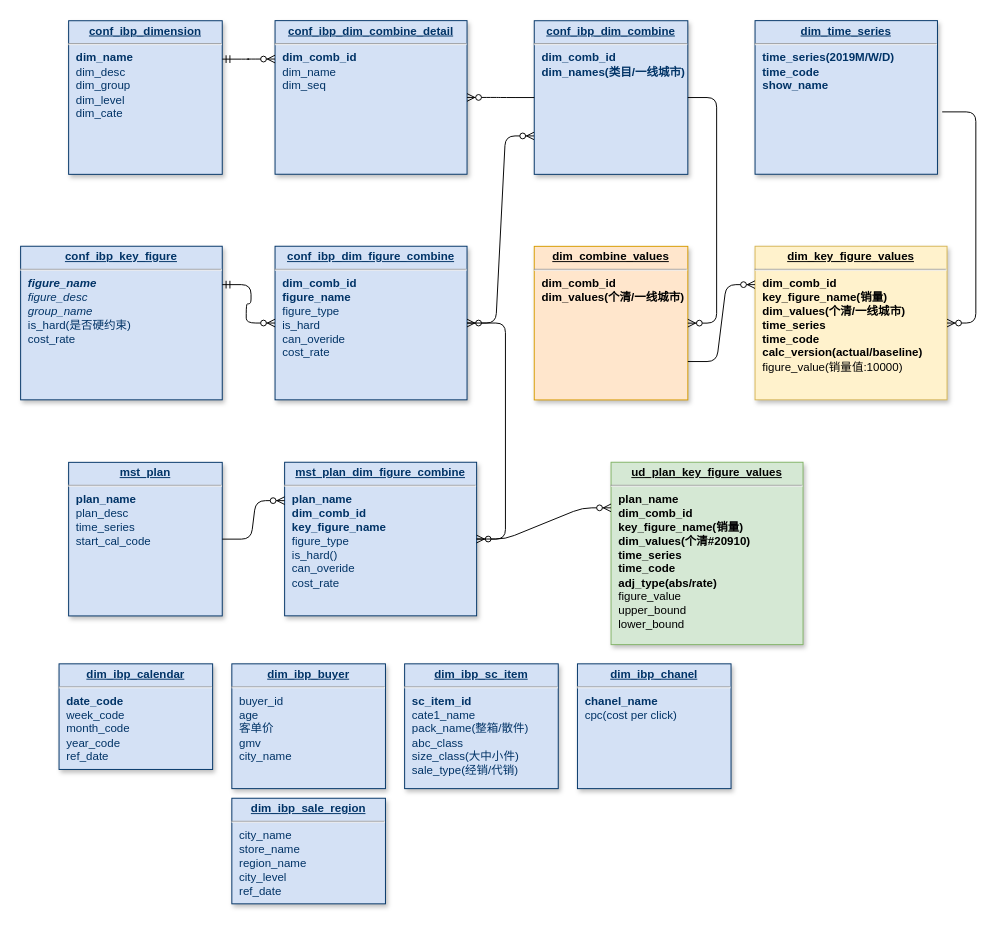
Before: page "数据准备" (1 of 2) of Untitled Diagram.drawio in daminli/charts, a draw.io diagram. Source tidied: cells renumbered, new cells numbered last; positions are measured from the earlier drawing's top-left corner, leaving out a move shared by most shapes. Both pictures are drawn from the tidied source at 96%, with x=0, y=0 at pixel (20, 20).
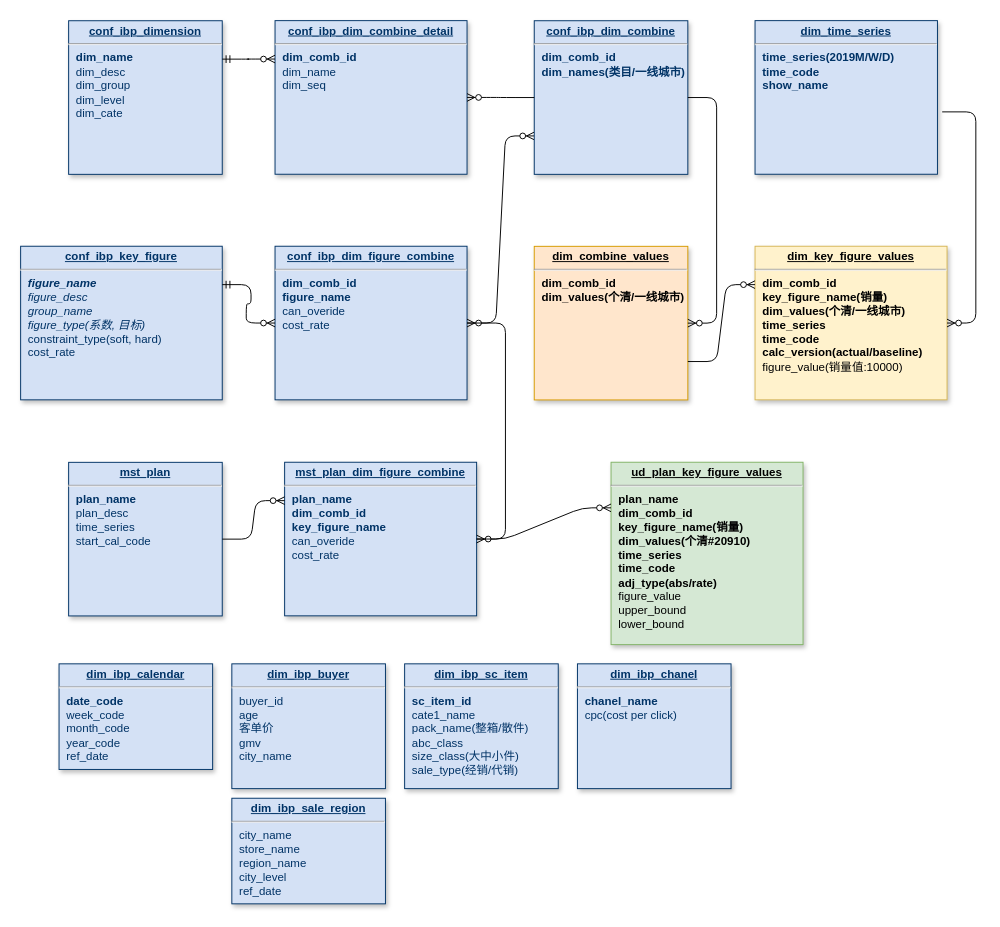
After the change.

What changed in the source:
```diff
@@
-    <mxCell id="6" value="&lt;p style=&quot;margin: 0px ; margin-top: 4px ; text-align: center ; text-decoration: underline&quot;&gt;&lt;b&gt;conf_ibp_key_figure&lt;/b&gt;&lt;/p&gt;&lt;hr&gt;&lt;p style=&quot;margin: 0px ; margin-left: 8px&quot;&gt;&lt;i&gt;&lt;b&gt;figure_name&lt;/b&gt;&lt;/i&gt;&lt;br&gt;&lt;/p&gt;&lt;p style=&quot;margin: 0px ; margin-left: 8px&quot;&gt;&lt;i&gt;figure_desc&lt;/i&gt;&lt;/p&gt;&lt;p style=&quot;margin: 0px ; margin-left: 8px&quot;&gt;&lt;i&gt;group_name&lt;/i&gt;&lt;/p&gt;&lt;p style=&quot;margin: 0px ; margin-left: 8px&quot;&gt;is_hard(是否硬约束)&lt;/p&gt;&lt;p style=&quot;margin: 0px ; margin-left: 8px&quot;&gt;cost_rate&lt;/p&gt;" style="verticalAlign=top;align=left;overflow=fill;fontSize=12;fontFamily=Helvetica;html=1;strokeColor=#003366;shadow=1;fillColor=#D4E1F5;fontColor=#003366;" parent="1" vertex="1">
+    <mxCell id="6" value="&lt;p style=&quot;margin: 0px ; margin-top: 4px ; text-align: center ; text-decoration: underline&quot;&gt;&lt;b&gt;conf_ibp_key_figure&lt;/b&gt;&lt;/p&gt;&lt;hr&gt;&lt;p style=&quot;margin: 0px ; margin-left: 8px&quot;&gt;&lt;i&gt;&lt;b&gt;figure_name&lt;/b&gt;&lt;/i&gt;&lt;br&gt;&lt;/p&gt;&lt;p style=&quot;margin: 0px ; margin-left: 8px&quot;&gt;&lt;i&gt;figure_desc&lt;/i&gt;&lt;/p&gt;&lt;p style=&quot;margin: 0px ; margin-left: 8px&quot;&gt;&lt;i&gt;group_name&lt;/i&gt;&lt;/p&gt;&lt;p style=&quot;margin: 0px ; margin-left: 8px&quot;&gt;&lt;i&gt;figure_type(系数, 目标)&lt;/i&gt;&lt;/p&gt;&lt;p style=&quot;margin: 0px ; margin-left: 8px&quot;&gt;constraint_type(soft, hard)&lt;/p&gt;&lt;p style=&quot;margin: 0px ; margin-left: 8px&quot;&gt;cost_rate&lt;/p&gt;" style="verticalAlign=top;align=left;overflow=fill;fontSize=12;fontFamily=Helvetica;html=1;strokeColor=#003366;shadow=1;fillColor=#D4E1F5;fontColor=#003366;" parent="1" vertex="1">
       <mxGeometry y="235" width="210" height="160" as="geometry" />
     </mxCell>
@@
-    <mxCell id="9" value="&lt;p style=&quot;margin: 0px ; margin-top: 4px ; text-align: center ; text-decoration: underline&quot;&gt;&lt;b&gt;conf_ibp_dim_figure_combine&lt;/b&gt;&lt;/p&gt;&lt;hr&gt;&lt;p style=&quot;margin: 0px ; margin-left: 8px&quot;&gt;&lt;span&gt;&lt;b&gt;dim_comb_id&lt;/b&gt;&lt;/span&gt;&lt;br&gt;&lt;/p&gt;&lt;p style=&quot;margin: 0px ; margin-left: 8px&quot;&gt;&lt;b&gt;figure_name&lt;/b&gt;&lt;br&gt;&lt;/p&gt;&lt;p style=&quot;margin: 0px ; margin-left: 8px&quot;&gt;figure_type&lt;/p&gt;&lt;p style=&quot;margin: 0px ; margin-left: 8px&quot;&gt;is_hard&lt;/p&gt;&lt;p style=&quot;margin: 0px ; margin-left: 8px&quot;&gt;can_overide&lt;/p&gt;&lt;p style=&quot;margin: 0px ; margin-left: 8px&quot;&gt;cost_rate&lt;/p&gt;" style="verticalAlign=top;align=left;overflow=fill;fontSize=12;fontFamily=Helvetica;html=1;strokeColor=#003366;shadow=1;fillColor=#D4E1F5;fontColor=#003366;" parent="1" vertex="1">
+    <mxCell id="9" value="&lt;p style=&quot;margin: 0px ; margin-top: 4px ; text-align: center ; text-decoration: underline&quot;&gt;&lt;b&gt;conf_ibp_dim_figure_combine&lt;/b&gt;&lt;/p&gt;&lt;hr&gt;&lt;p style=&quot;margin: 0px ; margin-left: 8px&quot;&gt;&lt;span&gt;&lt;b&gt;dim_comb_id&lt;/b&gt;&lt;/span&gt;&lt;br&gt;&lt;/p&gt;&lt;p style=&quot;margin: 0px ; margin-left: 8px&quot;&gt;&lt;b&gt;figure_name&lt;/b&gt;&lt;/p&gt;&lt;p style=&quot;margin: 0px ; margin-left: 8px&quot;&gt;can_overide&lt;/p&gt;&lt;p style=&quot;margin: 0px ; margin-left: 8px&quot;&gt;cost_rate&lt;/p&gt;" style="verticalAlign=top;align=left;overflow=fill;fontSize=12;fontFamily=Helvetica;html=1;strokeColor=#003366;shadow=1;fillColor=#D4E1F5;fontColor=#003366;" parent="1" vertex="1">
       <mxGeometry x="265" y="235" width="200" height="160" as="geometry" />
     </mxCell>
@@
-    <mxCell id="23" value="&lt;p style=&quot;margin: 0px ; margin-top: 4px ; text-align: center ; text-decoration: underline&quot;&gt;&lt;b&gt;mst_plan_dim_figure_combine&lt;/b&gt;&lt;/p&gt;&lt;hr&gt;&lt;p style=&quot;margin: 0px ; margin-left: 8px&quot;&gt;&lt;span&gt;&lt;b&gt;plan_name&lt;/b&gt;&lt;/span&gt;&lt;br&gt;&lt;/p&gt;&lt;p style=&quot;margin: 0px 0px 0px 8px&quot;&gt;&lt;b&gt;dim_comb_id&lt;/b&gt;&lt;br&gt;&lt;/p&gt;&lt;p style=&quot;margin: 0px 0px 0px 8px&quot;&gt;&lt;b&gt;key_figure_name&lt;/b&gt;&lt;/p&gt;&lt;p style=&quot;margin: 0px 0px 0px 8px&quot;&gt;figure_type&lt;/p&gt;&lt;p style=&quot;margin: 0px 0px 0px 8px&quot;&gt;is_hard()&lt;/p&gt;&lt;p style=&quot;margin: 0px 0px 0px 8px&quot;&gt;can_overide&lt;/p&gt;&lt;p style=&quot;margin: 0px 0px 0px 8px&quot;&gt;cost_rate&lt;/p&gt;&lt;p style=&quot;margin: 0px ; margin-left: 8px&quot;&gt;&lt;br&gt;&lt;/p&gt;" style="verticalAlign=top;align=left;overflow=fill;fontSize=12;fontFamily=Helvetica;html=1;strokeColor=#003366;shadow=1;fillColor=#D4E1F5;fontColor=#003366;" parent="1" vertex="1">
+    <mxCell id="23" value="&lt;p style=&quot;margin: 0px ; margin-top: 4px ; text-align: center ; text-decoration: underline&quot;&gt;&lt;b&gt;mst_plan_dim_figure_combine&lt;/b&gt;&lt;/p&gt;&lt;hr&gt;&lt;p style=&quot;margin: 0px ; margin-left: 8px&quot;&gt;&lt;span&gt;&lt;b&gt;plan_name&lt;/b&gt;&lt;/span&gt;&lt;br&gt;&lt;/p&gt;&lt;p style=&quot;margin: 0px 0px 0px 8px&quot;&gt;&lt;b&gt;dim_comb_id&lt;/b&gt;&lt;br&gt;&lt;/p&gt;&lt;p style=&quot;margin: 0px 0px 0px 8px&quot;&gt;&lt;b&gt;key_figure_name&lt;/b&gt;&lt;/p&gt;&lt;p style=&quot;margin: 0px 0px 0px 8px&quot;&gt;can_overide&lt;/p&gt;&lt;p style=&quot;margin: 0px 0px 0px 8px&quot;&gt;cost_rate&lt;/p&gt;&lt;p style=&quot;margin: 0px ; margin-left: 8px&quot;&gt;&lt;br&gt;&lt;/p&gt;" style="verticalAlign=top;align=left;overflow=fill;fontSize=12;fontFamily=Helvetica;html=1;strokeColor=#003366;shadow=1;fillColor=#D4E1F5;fontColor=#003366;" parent="1" vertex="1">
       <mxGeometry x="275" y="460" width="200" height="160" as="geometry" />
     </mxCell>
```
